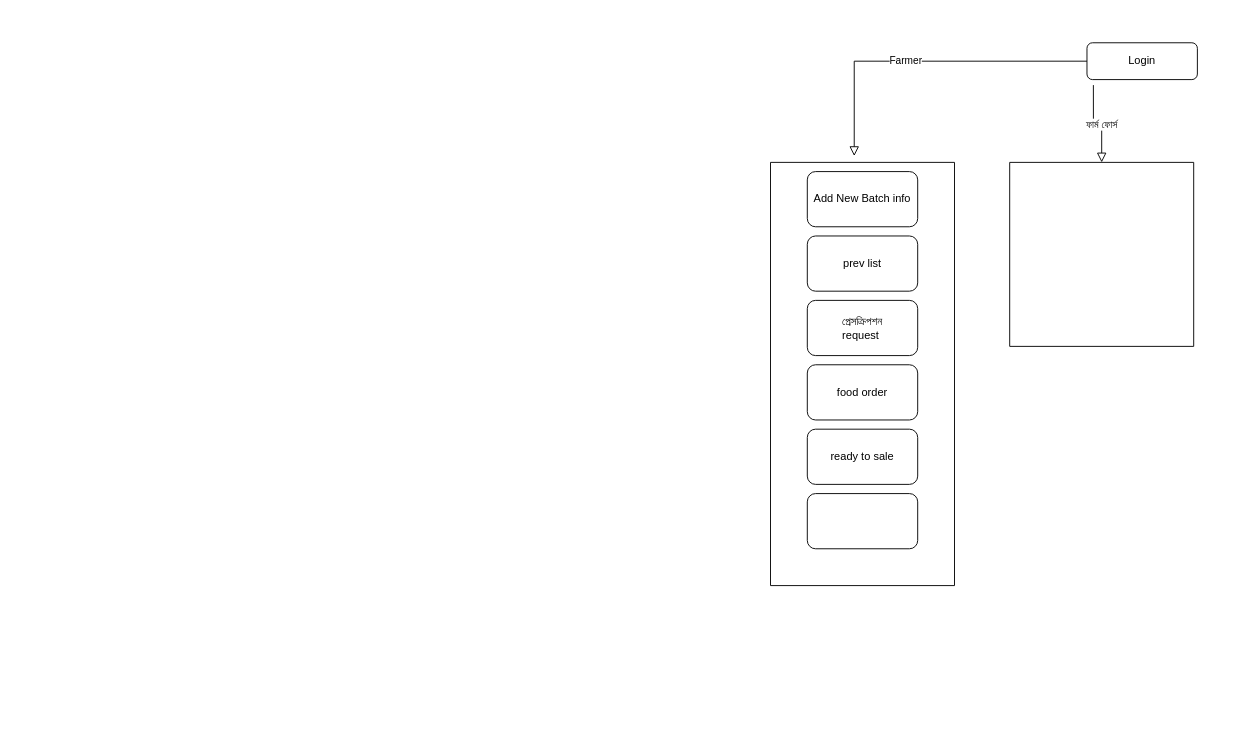
Earlier version of the draw.io diagram Untitled Diagram.drawio (Antor7080/Antor7080). Source tidied: cells renumbered, new cells numbered last; positions are measured from the earlier drawing's top-left corner, leaving out a move shared by most shapes. Both pictures are drawn from the tidied source at 92%, with x=0, y=0 at pixel (770, 42).
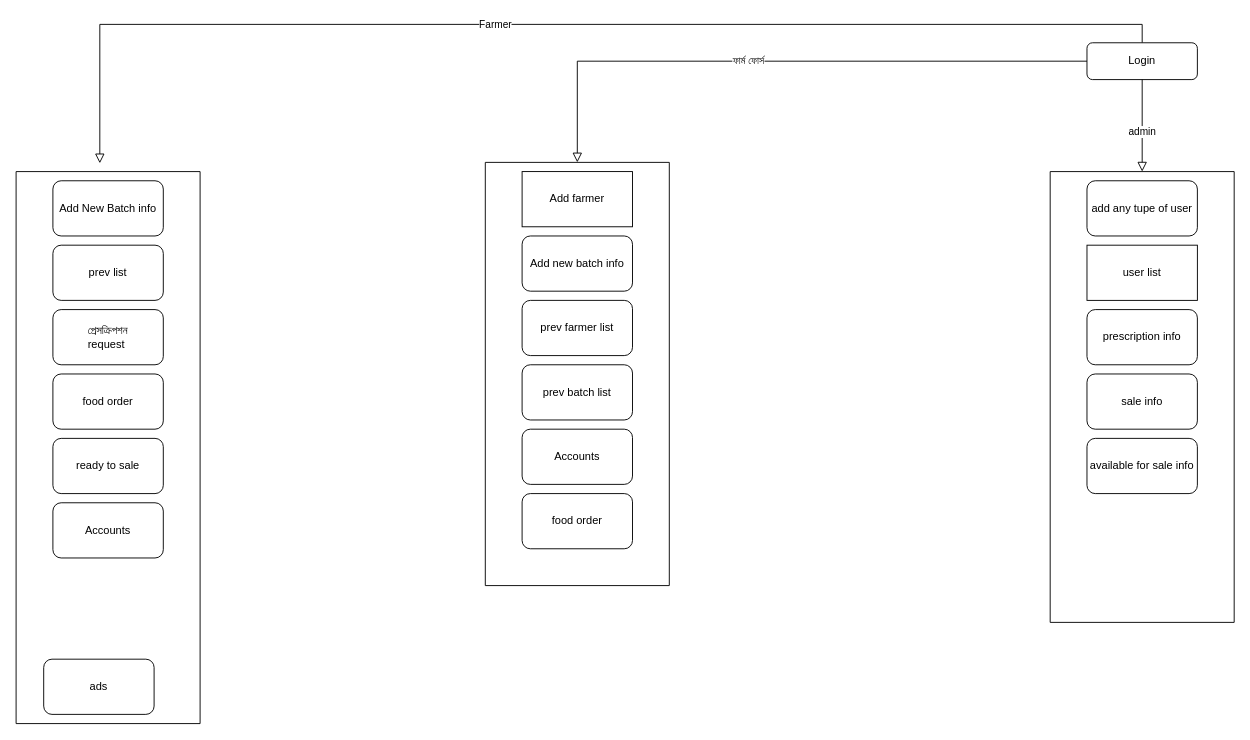
The same diagram, later.

Commit message:
admin info added

Unchanged cells that the change refers to:
```xml
<mxCell id="4" value="Login" style="rounded=1;whiteSpace=wrap;html=1;fontSize=12;glass=0;strokeWidth=1;shadow=0;" parent="1" vertex="1">
  <mxGeometry x="344" width="120" height="40" as="geometry" />
</mxCell>
```

Change to the diagram source:
```diff
@@
-    <mxCell id="2" style="rounded=0;html=1;jettySize=auto;fontSize=11;endArrow=block;endFill=0;endSize=8;strokeWidth=1;shadow=0;labelBackgroundColor=none;edgeStyle=orthogonalEdgeStyle;entryX=0.455;entryY=-0.015;entryDx=0;entryDy=0;entryPerimeter=0;" parent="1" edge="1" source="4" target="5">
+    <mxCell id="2" style="rounded=0;html=1;jettySize=auto;fontSize=11;endArrow=block;endFill=0;endSize=8;strokeWidth=1;shadow=0;labelBackgroundColor=none;edgeStyle=orthogonalEdgeStyle;entryX=0.455;entryY=-0.015;entryDx=0;entryDy=0;entryPerimeter=0;exitX=0.5;exitY=0;exitDx=0;exitDy=0;" parent="1" edge="1" source="4" target="5">
       <mxGeometry relative="1" as="geometry" />
     </mxCell>
@@
     <mxCell id="5" style="swimlane;startSize=0;" parent="1" vertex="1">
-      <mxGeometry y="130" width="200" height="460" as="geometry" />
+      <mxGeometry x="-820" y="140" width="200" height="600" as="geometry" />
     </mxCell>
@@
-    <mxCell id="11" style="rounded=1;whiteSpace=wrap;html=1;" parent="5" vertex="1">
-      <mxGeometry x="40" y="360" width="120" height="60" as="geometry" />
+    <mxCell id="11" value="ads" style="rounded=1;whiteSpace=wrap;html=1;" parent="5" vertex="1">
+      <mxGeometry x="30" y="530" width="120" height="60" as="geometry" />
     </mxCell>
+    <mxCell id="15" value="Accounts" style="rounded=1;whiteSpace=wrap;html=1;" parent="5" vertex="1">
+      <mxGeometry x="40" y="360" width="120" height="60" as="geometry" />
+    </mxCell>
     <mxCell id="12" style="swimlane;startSize=0;" parent="1" vertex="1">
-      <mxGeometry x="260" y="130" width="200" height="200" as="geometry" />
+      <mxGeometry x="-310" y="130" width="200" height="460" as="geometry" />
     </mxCell>
+    <mxCell id="16" value="Add farmer" style="whiteSpace=wrap;html=1;" parent="12" vertex="1">
+      <mxGeometry x="40" y="10" width="120" height="60" as="geometry" />
+    </mxCell>
+    <mxCell id="17" value="Add new batch info" style="rounded=1;whiteSpace=wrap;html=1;" parent="12" vertex="1">
+      <mxGeometry x="40" y="80" width="120" height="60" as="geometry" />
+    </mxCell>
+    <mxCell id="18" value="prev farmer list" style="rounded=1;whiteSpace=wrap;html=1;" parent="12" vertex="1">
+      <mxGeometry x="40" y="150" width="120" height="60" as="geometry" />
+    </mxCell>
+    <mxCell id="19" value="prev batch list" style="rounded=1;whiteSpace=wrap;html=1;" parent="12" vertex="1">
+      <mxGeometry x="40" y="220" width="120" height="60" as="geometry" />
+    </mxCell>
+    <mxCell id="20" value="Accounts" style="rounded=1;whiteSpace=wrap;html=1;" parent="12" vertex="1">
+      <mxGeometry x="40" y="290" width="120" height="60" as="geometry" />
+    </mxCell>
+    <mxCell id="21" value="food order" style="rounded=1;whiteSpace=wrap;html=1;" parent="12" vertex="1">
+      <mxGeometry x="40" y="360" width="120" height="60" as="geometry" />
+    </mxCell>
-    <mxCell id="13" style="rounded=0;html=1;jettySize=auto;fontSize=11;endArrow=block;endFill=0;endSize=8;strokeWidth=1;shadow=0;labelBackgroundColor=none;edgeStyle=orthogonalEdgeStyle;entryX=0.5;entryY=0;entryDx=0;entryDy=0;exitX=0.058;exitY=1.15;exitDx=0;exitDy=0;exitPerimeter=0;" parent="1" edge="1" source="4" target="12">
+    <mxCell id="13" style="rounded=0;html=1;jettySize=auto;fontSize=11;endArrow=block;endFill=0;endSize=8;strokeWidth=1;shadow=0;labelBackgroundColor=none;edgeStyle=orthogonalEdgeStyle;entryX=0.5;entryY=0;entryDx=0;entryDy=0;" parent="1" edge="1" source="4" target="12">
       <mxGeometry relative="1" as="geometry" />
     </mxCell>
@@
+    <mxCell id="22" style="swimlane;startSize=0;" parent="1" vertex="1">
+      <mxGeometry x="304" y="140" width="200" height="490" as="geometry" />
+    </mxCell>
+    <mxCell id="23" value="add any tupe of user" style="rounded=1;whiteSpace=wrap;html=1;" parent="22" vertex="1">
+      <mxGeometry x="40" y="10" width="120" height="60" as="geometry" />
+    </mxCell>
+    <mxCell id="24" value="user list" style="rounded=0;whiteSpace=wrap;html=1;" parent="22" vertex="1">
+      <mxGeometry x="40" y="80" width="120" height="60" as="geometry" />
+    </mxCell>
+    <mxCell id="25" value="prescription info" style="rounded=1;whiteSpace=wrap;html=1;" parent="22" vertex="1">
+      <mxGeometry x="40" y="150" width="120" height="60" as="geometry" />
+    </mxCell>
+    <mxCell id="26" value="sale info" style="rounded=1;whiteSpace=wrap;html=1;" parent="22" vertex="1">
+      <mxGeometry x="40" y="220" width="120" height="60" as="geometry" />
+    </mxCell>
+    <mxCell id="27" value="available for sale info" style="rounded=1;whiteSpace=wrap;html=1;" parent="22" vertex="1">
+      <mxGeometry x="40" y="290" width="120" height="60" as="geometry" />
+    </mxCell>
+    <mxCell id="28" style="rounded=0;html=1;jettySize=auto;fontSize=11;endArrow=block;endFill=0;endSize=8;strokeWidth=1;shadow=0;labelBackgroundColor=none;edgeStyle=orthogonalEdgeStyle;entryX=0.5;entryY=0;entryDx=0;entryDy=0;exitX=0.5;exitY=1;exitDx=0;exitDy=0;" parent="1" edge="1" source="4" target="22">
+      <mxGeometry relative="1" as="geometry" />
+    </mxCell>
+    <mxCell id="29" value="admin" style="edgeLabel;html=1;align=center;verticalAlign=middle;" parent="28" vertex="1">
+      <mxGeometry x="0.11" y="-1" relative="1" as="geometry" />
+    </mxCell>
```
